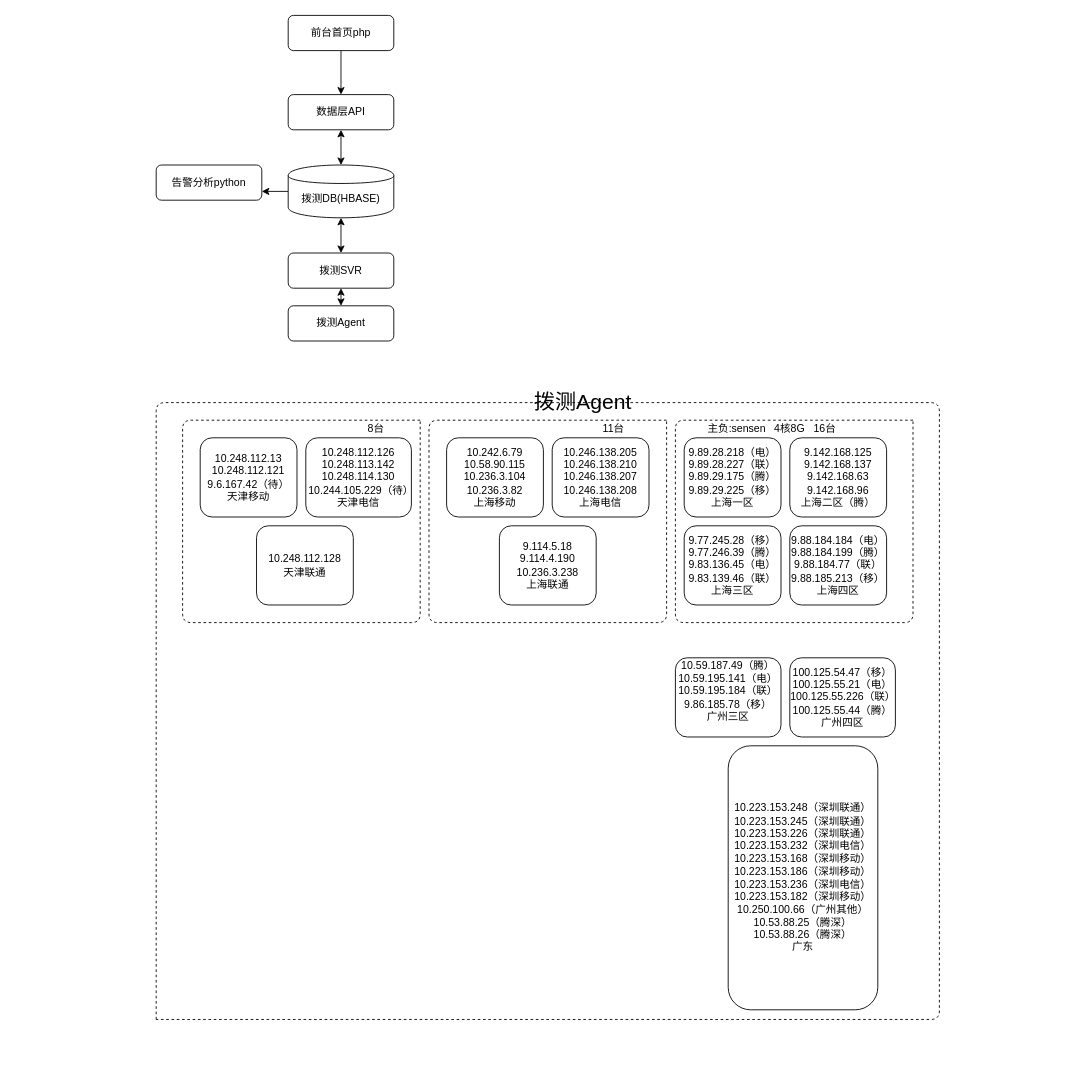
Earlier version of the draw.io diagram yun_cat_ architecture.drawio (Henryblankwu/untitled7). Source tidied: cells renumbered, new cells numbered last; positions are measured from the earlier drawing's top-left corner, leaving out a move shared by most shapes. Both pictures are drawn from the tidied source at 88%, with x=0, y=0 at pixel (156, 15).
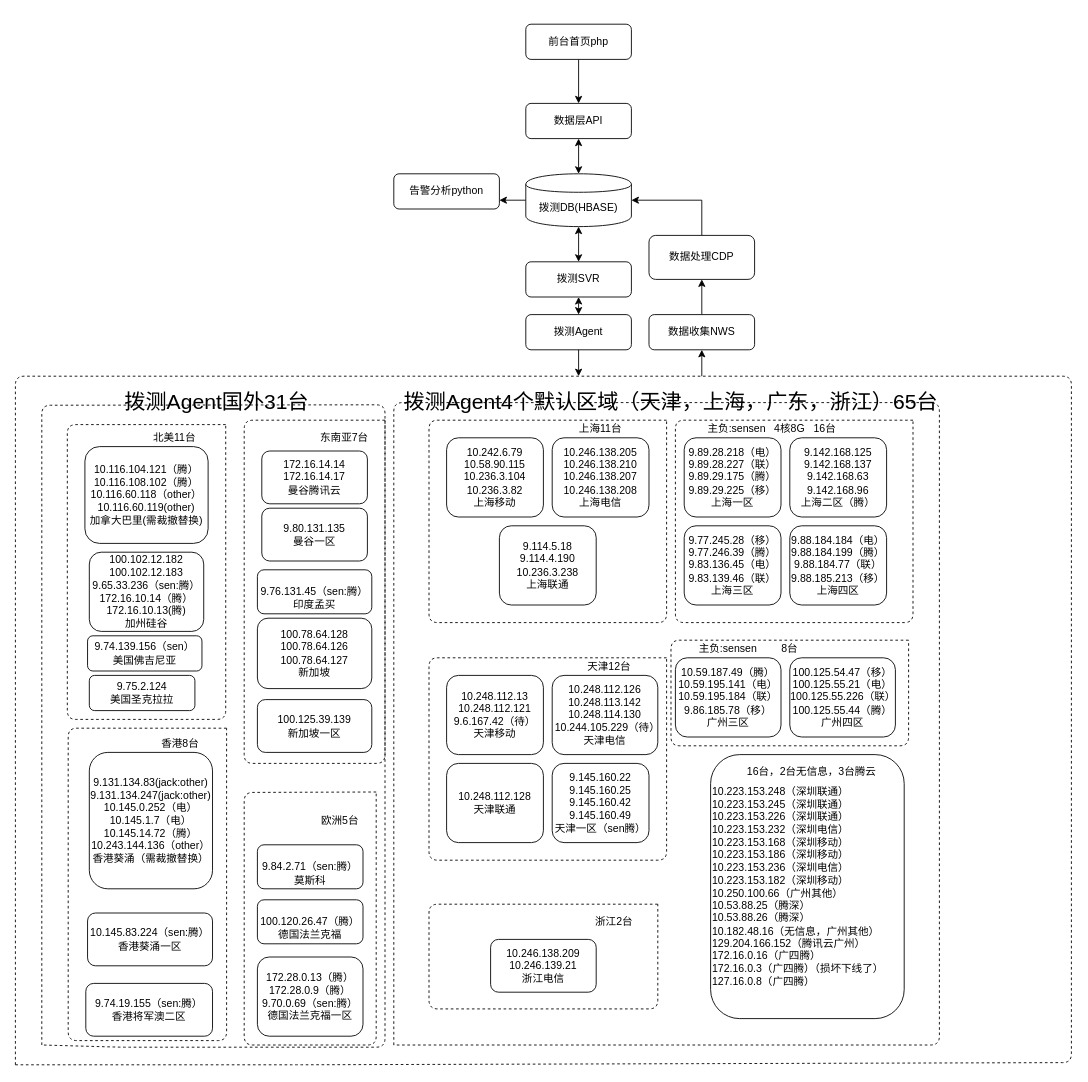
Above is the later version.

The edit, as a diff of the source:
```diff
@@
     <mxCell id="3" value="前台首页php" style="rounded=1;whiteSpace=wrap;html=1;" parent="1" vertex="1">
-      <mxGeometry x="150" width="120" height="40" as="geometry" />
+      <mxGeometry x="420" y="10" width="120" height="40" as="geometry" />
     </mxCell>
     <mxCell id="4" value="数据层API" style="rounded=1;whiteSpace=wrap;html=1;" parent="1" vertex="1">
-      <mxGeometry x="150" y="90" width="120" height="40" as="geometry" />
+      <mxGeometry x="420" y="100" width="120" height="40" as="geometry" />
     </mxCell>
@@
     <mxCell id="6" value="拨测DB(HBASE)" style="shape=cylinder;whiteSpace=wrap;html=1;boundedLbl=1;backgroundOutline=1;" parent="1" vertex="1">
-      <mxGeometry x="150" y="170" width="120" height="60" as="geometry" />
+      <mxGeometry x="420" y="180" width="120" height="60" as="geometry" />
     </mxCell>
     <mxCell id="7" value="告警分析python" style="rounded=1;whiteSpace=wrap;html=1;" parent="1" vertex="1">
-      <mxGeometry y="170" width="120" height="40" as="geometry" />
+      <mxGeometry x="270" y="180" width="120" height="40" as="geometry" />
     </mxCell>
     <mxCell id="8" value="拨测SVR" style="rounded=1;whiteSpace=wrap;html=1;" parent="1" vertex="1">
-      <mxGeometry x="150" y="270" width="120" height="40" as="geometry" />
+      <mxGeometry x="420" y="280" width="120" height="40" as="geometry" />
     </mxCell>
     <mxCell id="9" value="拨测Agent" style="rounded=1;whiteSpace=wrap;html=1;" parent="1" vertex="1">
-      <mxGeometry x="150" y="330" width="120" height="40" as="geometry" />
+      <mxGeometry x="420" y="340" width="120" height="40" as="geometry" />
     </mxCell>
     <mxCell id="10" value="10.248.112.126&lt;br&gt;10.248.113.142&lt;br&gt;10.248.114.130&lt;br&gt;10.244.105.229（待）天津电信" style="rounded=1;whiteSpace=wrap;html=1;" parent="1" vertex="1">
-      <mxGeometry x="170" y="480" width="120" height="90" as="geometry" />
+      <mxGeometry x="450" y="750" width="120" height="90" as="geometry" />
     </mxCell>
     <mxCell id="11" value="10.248.112.128&lt;br&gt;天津联通" style="rounded=1;whiteSpace=wrap;html=1;" parent="1" vertex="1">
-      <mxGeometry x="114" y="580" width="110" height="90" as="geometry" />
+      <mxGeometry x="330" y="850" width="110" height="90" as="geometry" />
     </mxCell>
     <mxCell id="12" value="10.248.112.13&lt;br&gt;10.248.112.121&lt;br&gt;9.6.167.42（待）&lt;br&gt;天津移动" style="rounded=1;whiteSpace=wrap;html=1;" parent="1" vertex="1">
-      <mxGeometry x="50" y="480" width="110" height="90" as="geometry" />
+      <mxGeometry x="330" y="750" width="110" height="90" as="geometry" />
     </mxCell>
@@
     <mxCell id="27" style="endArrow=none;dashed=1;html=1;" parent="1" edge="1">
       <mxGeometry relative="1" as="geometry">
-        <mxPoint x="300" y="460" as="sourcePoint" />
-        <mxPoint x="300" y="460" as="targetPoint" />
+        <mxPoint x="580" y="730" as="sourcePoint" />
+        <mxPoint x="580" y="730" as="targetPoint" />
         <Array as="points">
-          <mxPoint x="30" y="460" />
-          <mxPoint x="30" y="690" />
-          <mxPoint x="300" y="690" />
+          <mxPoint x="310" y="730" />
+          <mxPoint x="310" y="960" />
+          <mxPoint x="580" y="960" />
         </Array>
       </mxGeometry>
     </mxCell>
-    <mxCell id="28" value="8台" style="text;html=1;strokeColor=none;fillColor=none;align=center;verticalAlign=middle;whiteSpace=wrap;rounded=0;" parent="1" vertex="1">
-      <mxGeometry x="230" y="460" width="40" height="20" as="geometry" />
+    <mxCell id="28" value="天津12台" style="text;html=1;strokeColor=none;fillColor=none;align=center;verticalAlign=middle;whiteSpace=wrap;rounded=0;" parent="1" vertex="1">
+      <mxGeometry x="480" y="730" width="70" height="20" as="geometry" />
     </mxCell>
@@
-    <mxCell id="30" value="11台" style="text;html=1;strokeColor=none;fillColor=none;align=center;verticalAlign=middle;whiteSpace=wrap;rounded=0;" parent="1" vertex="1">
-      <mxGeometry x="500" y="460" width="40" height="20" as="geometry" />
+    <mxCell id="30" value="上海11台" style="text;html=1;strokeColor=none;fillColor=none;align=center;verticalAlign=middle;whiteSpace=wrap;rounded=0;" parent="1" vertex="1">
+      <mxGeometry x="470" y="460" width="70" height="20" as="geometry" />
     </mxCell>
-    <mxCell id="31" value="&lt;div&gt;10.59.187.49（腾）&lt;/div&gt;&lt;div&gt;10.59.195.141（电）&lt;/div&gt;&lt;div&gt;10.59.195.184（联）&lt;/div&gt;&lt;div&gt;9.86.185.78（移）&lt;/div&gt;&lt;div&gt;广州三区&lt;/div&gt;&lt;div&gt;&lt;br&gt;&lt;/div&gt;" style="rounded=1;whiteSpace=wrap;html=1;" parent="1" vertex="1">
+    <mxCell id="31" value="&lt;div&gt;&lt;br&gt;&lt;/div&gt;&lt;div&gt;10.59.187.49（腾）&lt;/div&gt;&lt;div&gt;10.59.195.141（电）&lt;/div&gt;&lt;div&gt;10.59.195.184（联）&lt;/div&gt;&lt;div&gt;9.86.185.78（移）&lt;/div&gt;&lt;div&gt;广州三区&lt;/div&gt;&lt;div&gt;&lt;br&gt;&lt;/div&gt;" style="rounded=1;whiteSpace=wrap;html=1;align=center;" parent="1" vertex="1">
       <mxGeometry x="590" y="730" width="120" height="90" as="geometry" />
     </mxCell>
@@
-    <mxCell id="33" value="&lt;div&gt;&lt;div&gt;10.223.153.248（深圳联通）&lt;/div&gt;&lt;div&gt;10.223.153.245（深圳联通）&lt;/div&gt;&lt;div&gt;10.223.153.226（深圳联通）&lt;/div&gt;&lt;div&gt;10.223.153.232（深圳电信）&lt;/div&gt;&lt;div&gt;10.223.153.168（深圳移动）&lt;/div&gt;&lt;div&gt;10.223.153.186（深圳移动）&lt;/div&gt;&lt;div&gt;10.223.153.236（深圳电信）&lt;/div&gt;&lt;div&gt;10.223.153.182（深圳移动）&lt;/div&gt;&lt;div&gt;10.250.100.66（广州其他）&lt;/div&gt;&lt;div&gt;10.53.88.25（腾深）&lt;/div&gt;&lt;div&gt;10.53.88.26（腾深）&lt;/div&gt;&lt;/div&gt;&lt;div&gt;广东&lt;/div&gt;" style="rounded=1;whiteSpace=wrap;html=1;" parent="1" vertex="1">
-      <mxGeometry x="650" y="830" width="170" height="300" as="geometry" />
+    <mxCell id="33" value="&lt;div&gt;&lt;div&gt;10.223.153.248（深圳联通）&lt;/div&gt;&lt;div&gt;10.223.153.245（深圳联通）&lt;/div&gt;&lt;div&gt;10.223.153.226（深圳联通）&lt;/div&gt;&lt;div&gt;10.223.153.232（深圳电信）&lt;/div&gt;&lt;div&gt;10.223.153.168（深圳移动）&lt;/div&gt;&lt;div&gt;10.223.153.186（深圳移动）&lt;/div&gt;&lt;div&gt;10.223.153.236（深圳电信）&lt;/div&gt;&lt;div&gt;10.223.153.182（深圳移动）&lt;/div&gt;&lt;div&gt;10.250.100.66（广州其他）&lt;/div&gt;&lt;div&gt;10.53.88.25（腾深）&lt;/div&gt;&lt;div&gt;10.53.88.26（腾深）&lt;/div&gt;&lt;/div&gt;&lt;div&gt;10.182.48.16（无信息，广州其他）&lt;/div&gt;&lt;div&gt;129.204.166.152（腾讯云广州）&lt;/div&gt;&lt;div&gt;172.16.0.16（广四腾）&lt;/div&gt;&lt;div&gt;172.16.0.3（广四腾）（损坏下线了）&lt;/div&gt;&lt;div&gt;127.16.0.8（广四腾）&lt;/div&gt;" style="rounded=1;whiteSpace=wrap;html=1;align=left;" parent="1" vertex="1">
+      <mxGeometry x="630" y="840" width="220" height="300" as="geometry" />
     </mxCell>
     <mxCell id="34" style="endArrow=none;dashed=1;html=1;" parent="1" edge="1">
       <mxGeometry relative="1" as="geometry">
-        <mxPoint y="1141" as="sourcePoint" />
-        <mxPoint y="1141" as="targetPoint" />
+        <mxPoint x="270" y="1170" as="sourcePoint" />
+        <mxPoint x="270" y="1170" as="targetPoint" />
         <Array as="points">
-          <mxPoint y="440" />
+          <mxPoint x="270" y="440" />
           <mxPoint x="890" y="440" />
-          <mxPoint x="890" y="1141" />
+          <mxPoint x="890" y="1170" />
+          <mxPoint x="590" y="1170" />
         </Array>
       </mxGeometry>
     </mxCell>
+    <mxCell id="36" style="endArrow=classic;html=1;exitX=0.5;exitY=1;exitDx=0;exitDy=0;" parent="1" edge="1" source="9">
+      <mxGeometry relative="1" as="geometry">
+        <mxPoint x="480" y="410" as="targetPoint" />
+      </mxGeometry>
+    </mxCell>
+    <mxCell id="37" value="16台，2台无信息，3台腾云" style="text;html=1;strokeColor=none;fillColor=none;align=center;verticalAlign=middle;whiteSpace=wrap;rounded=0;" parent="1" vertex="1">
+      <mxGeometry x="660" y="850" width="170" height="20" as="geometry" />
+    </mxCell>
+    <mxCell id="38" value="8台" style="text;html=1;strokeColor=none;fillColor=none;align=center;verticalAlign=middle;whiteSpace=wrap;rounded=0;" parent="1" vertex="1">
+      <mxGeometry x="700" y="710" width="40" height="20" as="geometry" />
+    </mxCell>
+    <mxCell id="39" style="endArrow=none;dashed=1;html=1;" parent="1" edge="1">
+      <mxGeometry relative="1" as="geometry">
+        <mxPoint x="855" y="710" as="sourcePoint" />
+        <mxPoint x="855" y="710" as="targetPoint" />
+        <Array as="points">
+          <mxPoint x="585" y="710" />
+          <mxPoint x="585" y="830" />
+          <mxPoint x="855" y="830" />
+        </Array>
+      </mxGeometry>
+    </mxCell>
+    <mxCell id="40" value="主负:sensen" style="text;html=1;strokeColor=none;fillColor=none;align=center;verticalAlign=middle;whiteSpace=wrap;rounded=0;" parent="1" vertex="1">
+      <mxGeometry x="600" y="710" width="100" height="20" as="geometry" />
+    </mxCell>
+    <mxCell id="41" value="&lt;div&gt;9.145.160.22&lt;/div&gt;&lt;div&gt;9.145.160.25&lt;/div&gt;&lt;div&gt;9.145.160.42&lt;/div&gt;&lt;div&gt;9.145.160.49&lt;/div&gt;天津一区（sen腾）" style="rounded=1;whiteSpace=wrap;html=1;" parent="1" vertex="1">
+      <mxGeometry x="450" y="850" width="110" height="90" as="geometry" />
+    </mxCell>
+    <mxCell id="42" value="&lt;div&gt;10.246.138.209&lt;/div&gt;&lt;div&gt;10.246.139.21&lt;/div&gt;&lt;div&gt;浙江电信&lt;/div&gt;" style="rounded=1;whiteSpace=wrap;html=1;" parent="1" vertex="1">
+      <mxGeometry x="380" y="1050" width="120" height="60" as="geometry" />
+    </mxCell>
+    <mxCell id="43" value="浙江2台" style="text;html=1;strokeColor=none;fillColor=none;align=center;verticalAlign=middle;whiteSpace=wrap;rounded=0;" parent="1" vertex="1">
+      <mxGeometry x="482.5" y="1020" width="75" height="20" as="geometry" />
+    </mxCell>
+    <mxCell id="44" style="endArrow=none;dashed=1;html=1;" parent="1" edge="1">
+      <mxGeometry relative="1" as="geometry">
+        <mxPoint x="570" y="1010" as="sourcePoint" />
+        <mxPoint x="570" y="1010" as="targetPoint" />
+        <Array as="points">
+          <mxPoint x="310" y="1010" />
+          <mxPoint x="310" y="1129" />
+          <mxPoint x="570" y="1129" />
+        </Array>
+      </mxGeometry>
+    </mxCell>
-    <mxCell id="35" value="&lt;font style=&quot;font-size: 24px&quot;&gt;拨测Agent&lt;/font&gt;" style="text;html=1;strokeColor=none;fillColor=none;align=center;verticalAlign=middle;whiteSpace=wrap;rounded=0;" parent="1" vertex="1">
-      <mxGeometry x="410" y="430" width="150" height="20" as="geometry" />
+    <mxCell id="35" value="&lt;font style=&quot;font-size: 24px&quot;&gt;拨测Agent4个默认区域（天津，上海，广东，浙江）65台&lt;/font&gt;" style="text;html=1;strokeColor=none;fillColor=none;align=center;verticalAlign=middle;whiteSpace=wrap;rounded=0;" parent="1" vertex="1">
+      <mxGeometry x="280" y="430" width="610" height="20" as="geometry" />
     </mxCell>
+    <mxCell id="45" value="172.16.14.14&lt;br&gt;172.16.14.17&lt;br&gt;曼谷腾讯云" style="rounded=1;whiteSpace=wrap;html=1;" parent="1" vertex="1">
+      <mxGeometry x="120" y="495" width="120" height="60" as="geometry" />
+    </mxCell>
+    <mxCell id="46" value="&lt;div&gt;9.80.131.135&lt;/div&gt;&lt;div&gt;曼谷一区&lt;/div&gt;" style="rounded=1;whiteSpace=wrap;html=1;" parent="1" vertex="1">
+      <mxGeometry x="120" y="560" width="120" height="60" as="geometry" />
+    </mxCell>
+    <mxCell id="47" value="&lt;div&gt;10.116.104.121（腾）&lt;/div&gt;&lt;div&gt;10.116.108.102（腾）&lt;/div&gt;&lt;div&gt;10.116.60.118（other）&lt;/div&gt;&lt;div&gt;10.116.60.119(other)&lt;/div&gt;&lt;div&gt;加拿大巴里(需裁撤替换)&lt;/div&gt;" style="rounded=1;whiteSpace=wrap;html=1;" parent="1" vertex="1">
+      <mxGeometry x="-81" y="490" width="140" height="110" as="geometry" />
+    </mxCell>
+    <mxCell id="48" value="&lt;div&gt;100.102.12.182&lt;/div&gt;&lt;div&gt;100.102.12.183&lt;/div&gt;&lt;div&gt;9.65.33.236（sen:腾）&lt;br&gt;&lt;/div&gt;&lt;div&gt;172.16.10.14（腾）&lt;/div&gt;&lt;div&gt;172.16.10.13(腾)&lt;/div&gt;&lt;div&gt;加州硅谷&lt;/div&gt;" style="rounded=1;whiteSpace=wrap;html=1;" parent="1" vertex="1">
+      <mxGeometry x="-76" y="610" width="130" height="90" as="geometry" />
+    </mxCell>
+    <mxCell id="49" value="&lt;div&gt;&lt;br&gt;&lt;/div&gt;&lt;div&gt;100.120.26.47（腾）&lt;/div&gt;&lt;div&gt;德国法兰克福&lt;/div&gt;" style="rounded=1;whiteSpace=wrap;html=1;" parent="1" vertex="1">
+      <mxGeometry x="115" y="1005" width="120" height="50" as="geometry" />
+    </mxCell>
+    <mxCell id="50" value="&lt;div&gt;172.28.0.13（腾）&lt;/div&gt;&lt;div&gt;172.28.0.9（腾）&lt;/div&gt;&lt;div&gt;9.70.0.69（sen:腾）&lt;/div&gt;&lt;div&gt;德国法兰克福一区&lt;/div&gt;" style="rounded=1;whiteSpace=wrap;html=1;" parent="1" vertex="1">
+      <mxGeometry x="115" y="1070" width="120" height="90" as="geometry" />
+    </mxCell>
+    <mxCell id="51" value="&lt;div&gt;&lt;br&gt;&lt;/div&gt;&lt;div&gt;9.84.2.71（sen:腾）&lt;/div&gt;&lt;div&gt;莫斯科&lt;/div&gt;" style="rounded=1;whiteSpace=wrap;html=1;" parent="1" vertex="1">
+      <mxGeometry x="115" y="942.5" width="120" height="50" as="geometry" />
+    </mxCell>
+    <mxCell id="52" value="&lt;div&gt;&lt;br&gt;&lt;/div&gt;&lt;div&gt;9.76.131.45（sen:腾）&lt;/div&gt;&lt;div&gt;印度孟买&lt;/div&gt;" style="rounded=1;whiteSpace=wrap;html=1;" parent="1" vertex="1">
+      <mxGeometry x="115" y="630" width="130" height="50" as="geometry" />
+    </mxCell>
+    <mxCell id="53" value="&lt;div&gt;9.75.2.124&lt;/div&gt;&lt;div&gt;美国圣克拉拉&lt;/div&gt;" style="rounded=1;whiteSpace=wrap;html=1;" parent="1" vertex="1">
+      <mxGeometry x="-76" y="750" width="120" height="40" as="geometry" />
+    </mxCell>
+    <mxCell id="54" value="&lt;div&gt;100.78.64.128&lt;/div&gt;&lt;div&gt;100.78.64.126&lt;/div&gt;&lt;div&gt;100.78.64.127&lt;/div&gt;&lt;div&gt;新加坡&lt;/div&gt;" style="rounded=1;whiteSpace=wrap;html=1;" parent="1" vertex="1">
+      <mxGeometry x="115" y="685" width="130" height="80" as="geometry" />
+    </mxCell>
+    <mxCell id="55" value="&lt;div&gt;100.125.39.139&lt;/div&gt;&lt;div&gt;新加坡一区&lt;/div&gt;" style="rounded=1;whiteSpace=wrap;html=1;" parent="1" vertex="1">
+      <mxGeometry x="115" y="777.5" width="130" height="60" as="geometry" />
+    </mxCell>
+    <mxCell id="56" value="&lt;div&gt;9.74.139.156（sen）&lt;/div&gt;&lt;div&gt;美国佛吉尼亚&lt;/div&gt;" style="rounded=1;whiteSpace=wrap;html=1;" parent="1" vertex="1">
+      <mxGeometry x="-78" y="705" width="130" height="40" as="geometry" />
+    </mxCell>
+    <mxCell id="57" value="&lt;div&gt;9.131.134.83(jack:other)&lt;/div&gt;&lt;div&gt;9.131.134.247(jack:other)&lt;/div&gt;&lt;div&gt;10.145.0.252（电）&lt;/div&gt;&lt;div&gt;10.145.1.7（电）&lt;/div&gt;&lt;div&gt;10.145.14.72（腾）&lt;/div&gt;&lt;div&gt;10.243.144.136（other）&lt;/div&gt;&lt;div&gt;香港葵涌（需裁撤替换）&lt;/div&gt;" style="rounded=1;whiteSpace=wrap;html=1;" parent="1" vertex="1">
+      <mxGeometry x="-76" y="837.5" width="140" height="155" as="geometry" />
+    </mxCell>
+    <mxCell id="58" value="&lt;div&gt;10.145.83.224（sen:腾）&lt;br&gt;&lt;/div&gt;&lt;div&gt;香港葵涌一区&lt;/div&gt;" style="rounded=1;whiteSpace=wrap;html=1;" parent="1" vertex="1">
+      <mxGeometry x="-78" y="1020" width="142" height="60" as="geometry" />
+    </mxCell>
+    <mxCell id="59" value="&lt;div&gt;9.74.19.155（sen:腾）&lt;/div&gt;&lt;div&gt;香港将军澳二区&lt;/div&gt;" style="rounded=1;whiteSpace=wrap;html=1;" parent="1" vertex="1">
+      <mxGeometry x="-80" y="1100" width="144" height="60" as="geometry" />
+    </mxCell>
+    <mxCell id="60" style="endArrow=none;dashed=1;html=1;" parent="1" edge="1">
+      <mxGeometry relative="1" as="geometry">
+        <mxPoint x="80" y="810" as="sourcePoint" />
+        <mxPoint x="80" y="810" as="targetPoint" />
+        <Array as="points">
+          <mxPoint x="-100" y="810" />
+          <mxPoint x="-100" y="1165" />
+          <mxPoint x="80" y="1165" />
+        </Array>
+      </mxGeometry>
+    </mxCell>
+    <mxCell id="61" value="香港8台" style="text;html=1;strokeColor=none;fillColor=none;align=center;verticalAlign=middle;whiteSpace=wrap;rounded=0;" parent="1" vertex="1">
+      <mxGeometry y="817.5" width="55" height="20" as="geometry" />
+    </mxCell>
+    <mxCell id="62" style="endArrow=none;dashed=1;html=1;" parent="1" edge="1">
+      <mxGeometry relative="1" as="geometry">
+        <mxPoint x="79" y="465" as="sourcePoint" />
+        <mxPoint x="79" y="465" as="targetPoint" />
+        <Array as="points">
+          <mxPoint x="-101" y="465" />
+          <mxPoint x="-101" y="800" />
+          <mxPoint x="79" y="800" />
+        </Array>
+      </mxGeometry>
+    </mxCell>
+    <mxCell id="63" value="北美11台" style="text;html=1;strokeColor=none;fillColor=none;align=center;verticalAlign=middle;whiteSpace=wrap;rounded=0;" parent="1" vertex="1">
+      <mxGeometry x="-10" y="470" width="62" height="20" as="geometry" />
+    </mxCell>
+    <mxCell id="64" style="endArrow=none;dashed=1;html=1;" parent="1" edge="1">
+      <mxGeometry relative="1" as="geometry">
+        <mxPoint x="260" y="460" as="sourcePoint" />
+        <mxPoint x="260" y="460" as="targetPoint" />
+        <Array as="points">
+          <mxPoint x="100" y="460" />
+          <mxPoint x="100" y="850" />
+          <mxPoint x="260" y="850" />
+        </Array>
+      </mxGeometry>
+    </mxCell>
+    <mxCell id="65" style="endArrow=none;dashed=1;html=1;" parent="1" edge="1">
+      <mxGeometry relative="1" as="geometry">
+        <mxPoint x="250" y="882.5" as="sourcePoint" />
+        <mxPoint x="250" y="882.5" as="targetPoint" />
+        <Array as="points">
+          <mxPoint x="100" y="883" />
+          <mxPoint x="100" y="1170" />
+          <mxPoint x="250" y="1170" />
+        </Array>
+      </mxGeometry>
+    </mxCell>
+    <mxCell id="66" value="东南亚7台" style="text;html=1;strokeColor=none;fillColor=none;align=center;verticalAlign=middle;whiteSpace=wrap;rounded=0;" parent="1" vertex="1">
+      <mxGeometry x="183" y="470" width="62" height="20" as="geometry" />
+    </mxCell>
+    <mxCell id="67" value="欧洲5台" style="text;html=1;strokeColor=none;fillColor=none;align=center;verticalAlign=middle;whiteSpace=wrap;rounded=0;" parent="1" vertex="1">
+      <mxGeometry x="178" y="905" width="62" height="20" as="geometry" />
+    </mxCell>
+    <mxCell id="68" style="endArrow=none;dashed=1;html=1;" parent="1" edge="1">
+      <mxGeometry relative="1" as="geometry">
+        <mxPoint x="-130" y="1170" as="sourcePoint" />
+        <mxPoint x="-130" y="1170" as="targetPoint" />
+        <Array as="points">
+          <mxPoint x="-130" y="443" />
+          <mxPoint x="260" y="442.5" />
+          <mxPoint x="260" y="1172.5" />
+          <mxPoint x="-40" y="1172.5" />
+        </Array>
+      </mxGeometry>
+    </mxCell>
+    <mxCell id="69" value="&lt;font style=&quot;font-size: 24px&quot;&gt;拨测Agent国外31台&lt;/font&gt;" style="text;html=1;strokeColor=none;fillColor=none;align=center;verticalAlign=middle;whiteSpace=wrap;rounded=0;" parent="1" vertex="1">
+      <mxGeometry x="-76" y="430" width="290" height="20" as="geometry" />
+    </mxCell>
+    <mxCell id="70" style="endArrow=none;dashed=1;html=1;" parent="1" edge="1">
+      <mxGeometry relative="1" as="geometry">
+        <mxPoint x="-160" y="1192.5" as="sourcePoint" />
+        <mxPoint x="-160" y="1192.5" as="targetPoint" />
+        <Array as="points">
+          <mxPoint x="-160" y="410" />
+          <mxPoint x="1040" y="410" />
+          <mxPoint x="1040" y="1190" />
+          <mxPoint x="160" y="1192.5" />
+        </Array>
+      </mxGeometry>
+    </mxCell>
+    <mxCell id="71" style="edgeStyle=orthogonalEdgeStyle;rounded=0;jettySize=auto;html=1;exitX=0.5;exitY=0;exitDx=0;exitDy=0;entryX=0.5;entryY=1;entryDx=0;entryDy=0;" parent="1" edge="1" source="72" target="75">
+      <mxGeometry relative="1" as="geometry" />
+    </mxCell>
+    <mxCell id="72" value="数据收集NWS" style="rounded=1;whiteSpace=wrap;html=1;" parent="1" vertex="1">
+      <mxGeometry x="560" y="340" width="120" height="40" as="geometry" />
+    </mxCell>
+    <mxCell id="73" style="endArrow=classic;html=1;entryX=0.5;entryY=1;entryDx=0;entryDy=0;" parent="1" edge="1" target="72">
+      <mxGeometry relative="1" as="geometry">
+        <mxPoint x="620" y="410" as="sourcePoint" />
+      </mxGeometry>
+    </mxCell>
+    <mxCell id="74" style="edgeStyle=orthogonalEdgeStyle;rounded=0;jettySize=auto;html=1;exitX=0.5;exitY=0;exitDx=0;exitDy=0;entryX=1;entryY=0.5;entryDx=0;entryDy=0;" parent="1" edge="1" source="75" target="6">
+      <mxGeometry relative="1" as="geometry" />
+    </mxCell>
+    <mxCell id="75" value="数据处理CDP" style="rounded=1;whiteSpace=wrap;html=1;" parent="1" vertex="1">
+      <mxGeometry x="560" y="250" width="120" height="50" as="geometry" />
+    </mxCell>
```
